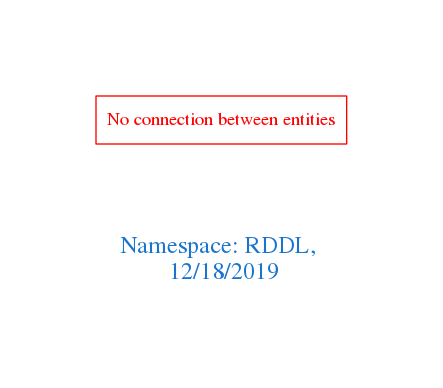
Before: downloads/RDDL.png, a diagram exported from Graphviz (arago/OGIT). Its source is kept beside it as downloads/RDDL.dot.
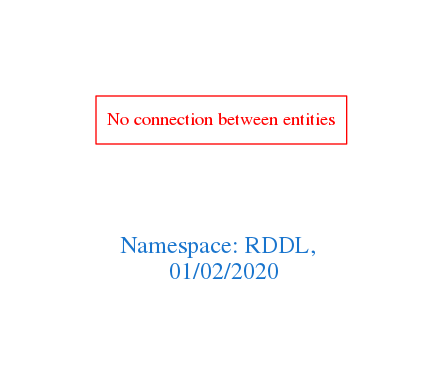
After the change.

Change to the diagram source:
```diff
@@ -1,7 +1,7 @@
 digraph OGIT_ontology {
  graph [ rankdir= LR,pad=1
 fontsize = 18,
-fontcolor= dodgerblue3,label = "\n\n\nNamespace: RDDL, \n 12/18/2019"];
+fontcolor= dodgerblue3,label = "\n\n\nNamespace: RDDL, \n 01/02/2020"];
 node[shape=polygon];
 edge [  color="gray81"];
 
```
